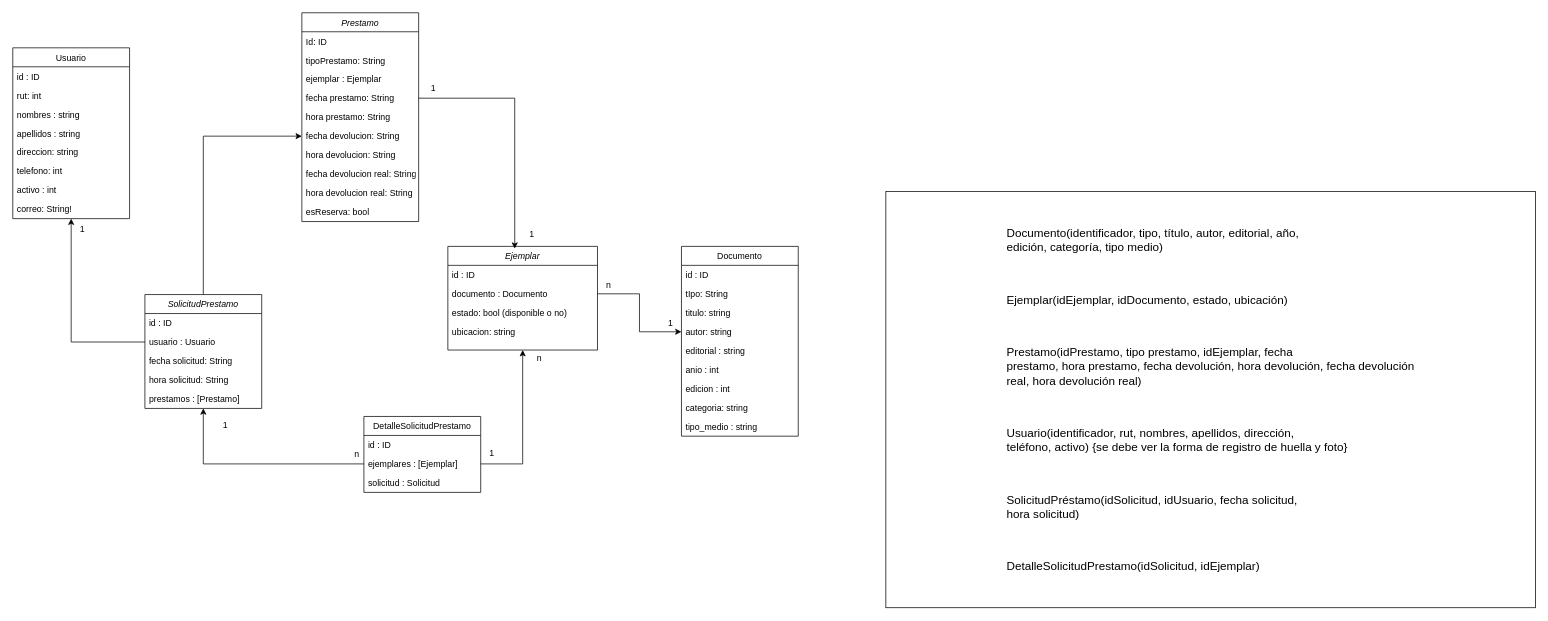
Mewsho/Muni-Book keeps this draw.io diagram as Datos/Untitled Diagram.drawio. Above is the earlier version. Source tidied: cells renumbered, new cells numbered last; positions are measured from the earlier drawing's top-left corner, leaving out a move shared by most shapes. Both pictures are drawn from the tidied source at 73%, with x=0, y=0 at pixel (12, 12).
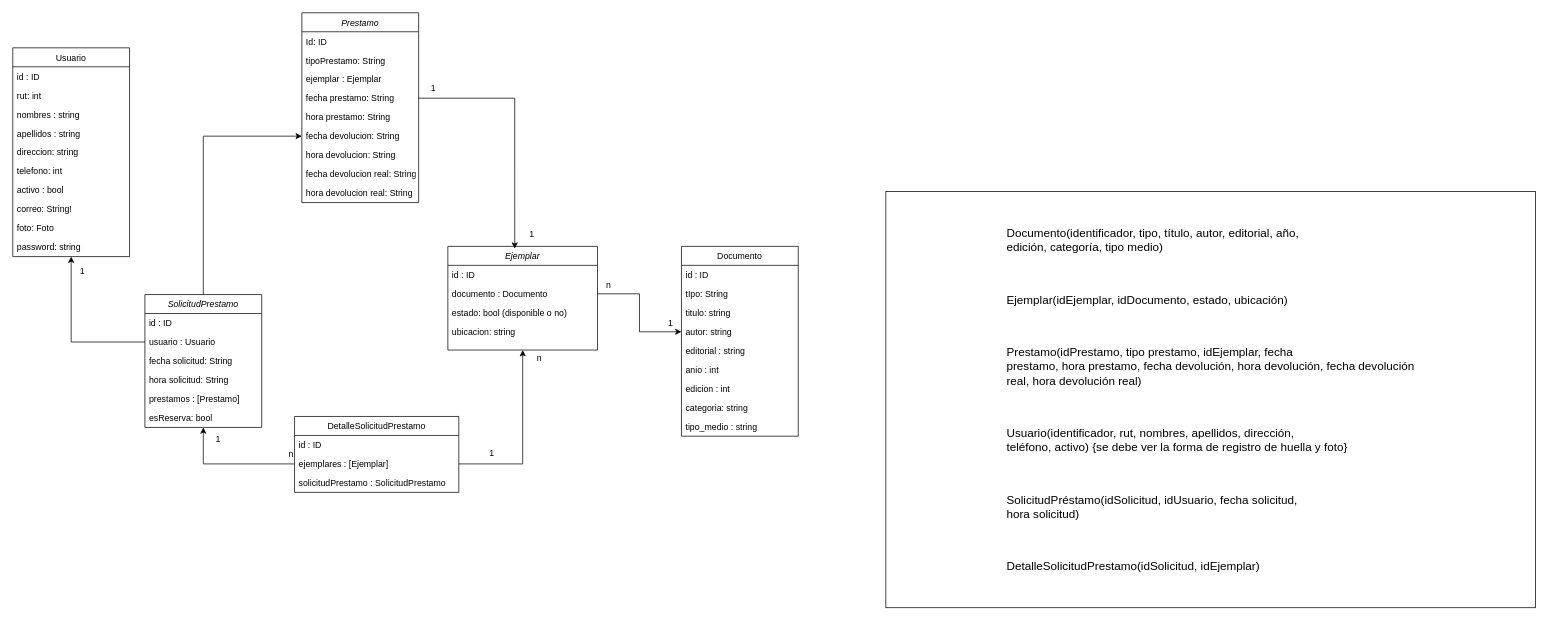
The same page after the edit.

The edit, as a diff of the source:
```diff
@@
     <mxCell id="18" value="Prestamo" style="swimlane;fontStyle=2;align=center;verticalAlign=top;horizontal=1;startSize=26;rounded=0;shadow=0;strokeWidth=1;" parent="1" vertex="1">
-      <mxGeometry x="396" width="160" height="286" as="geometry" />
+      <mxGeometry x="396" width="160" height="260" as="geometry" />
     </mxCell>
@@
-    <mxCell id="28" value="esReserva: bool" style="text;align=left;verticalAlign=top;spacingLeft=4;spacingRight=4;overflow=hidden;rounded=0;shadow=0;html=0;" parent="18" vertex="1">
-      <mxGeometry y="260" width="160" height="26" as="geometry" />
-    </mxCell>
     <mxCell id="29" value="Usuario" style="swimlane;fontStyle=0;align=center;verticalAlign=top;horizontal=1;startSize=26;rounded=0;shadow=0;strokeWidth=1;" parent="1" vertex="1">
-      <mxGeometry y="48" width="160" height="234" as="geometry" />
+      <mxGeometry y="48" width="160" height="286" as="geometry" />
     </mxCell>
@@
-    <mxCell id="36" value="activo : int" style="text;align=left;verticalAlign=top;spacingLeft=4;spacingRight=4;overflow=hidden;" parent="29" vertex="1">
+    <mxCell id="36" value="activo : bool" style="text;align=left;verticalAlign=top;spacingLeft=4;spacingRight=4;overflow=hidden;" parent="29" vertex="1">
       <mxGeometry y="182" width="160" height="26" as="geometry" />
     </mxCell>
@@
+    <mxCell id="63" value="foto: Foto" style="text;align=left;verticalAlign=top;spacingLeft=4;spacingRight=4;overflow=hidden;" parent="29" vertex="1">
+      <mxGeometry y="234" width="160" height="26" as="geometry" />
+    </mxCell>
+    <mxCell id="64" value="password: string" style="text;align=left;verticalAlign=top;spacingLeft=4;spacingRight=4;overflow=hidden;" parent="29" vertex="1">
+      <mxGeometry y="260" width="160" height="26" as="geometry" />
+    </mxCell>
@@
     <mxCell id="39" value="SolicitudPrestamo" style="swimlane;fontStyle=2;align=center;verticalAlign=top;horizontal=1;startSize=26;rounded=0;shadow=0;strokeWidth=1;" parent="1" vertex="1">
-      <mxGeometry x="181" y="386" width="160" height="156" as="geometry" />
+      <mxGeometry x="181" y="386" width="160" height="182" as="geometry" />
     </mxCell>
@@
+    <mxCell id="28" value="esReserva: bool" style="text;align=left;verticalAlign=top;spacingLeft=4;spacingRight=4;overflow=hidden;rounded=0;shadow=0;html=0;" parent="39" vertex="1">
+      <mxGeometry y="156" width="160" height="26" as="geometry" />
+    </mxCell>
     <mxCell id="45" value="DetalleSolicitudPrestamo" style="swimlane;fontStyle=0;align=center;verticalAlign=top;horizontal=1;startSize=26;rounded=0;shadow=0;strokeWidth=1;" parent="1" vertex="1">
-      <mxGeometry x="481" y="553" width="160" height="104" as="geometry" />
+      <mxGeometry x="386" y="553" width="225" height="104" as="geometry" />
     </mxCell>
     <mxCell id="46" value="id : ID" style="text;align=left;verticalAlign=top;spacingLeft=4;spacingRight=4;overflow=hidden;" parent="45" vertex="1">
-      <mxGeometry y="26" width="160" height="26" as="geometry" />
+      <mxGeometry y="26" width="225" height="26" as="geometry" />
     </mxCell>
     <mxCell id="47" value="ejemplares : [Ejemplar]" style="text;align=left;verticalAlign=top;spacingLeft=4;spacingRight=4;overflow=hidden;points=[[0,0.5],[1,0.5]];portConstraint=eastwest;rounded=0;shadow=0;html=0;" parent="45" vertex="1">
-      <mxGeometry y="52" width="160" height="26" as="geometry" />
+      <mxGeometry y="52" width="225" height="26" as="geometry" />
     </mxCell>
-    <mxCell id="48" value="solicitud : Solicitud" style="text;align=left;verticalAlign=top;spacingLeft=4;spacingRight=4;overflow=hidden;rounded=0;shadow=0;html=0;" parent="45" vertex="1">
-      <mxGeometry y="78" width="160" height="26" as="geometry" />
+    <mxCell id="48" value="solicitudPrestamo : SolicitudPrestamo" style="text;align=left;verticalAlign=top;spacingLeft=4;spacingRight=4;overflow=hidden;rounded=0;shadow=0;html=0;" parent="45" vertex="1">
+      <mxGeometry y="78" width="225" height="26" as="geometry" />
     </mxCell>
@@
     <mxCell id="50" value="1" style="text;html=1;align=center;verticalAlign=middle;strokeColor=none;fillColor=none;" parent="1" vertex="1">
-      <mxGeometry x="276" y="550" width="30" height="30" as="geometry" />
+      <mxGeometry x="266" y="570" width="30" height="30" as="geometry" />
     </mxCell>
     <mxCell id="51" value="n" style="text;html=1;align=center;verticalAlign=middle;strokeColor=none;fillColor=none;" parent="1" vertex="1">
-      <mxGeometry x="456" y="590" width="30" height="30" as="geometry" />
+      <mxGeometry x="366" y="590" width="30" height="30" as="geometry" />
     </mxCell>
@@
     <mxCell id="62" value="1" style="text;html=1;align=center;verticalAlign=middle;strokeColor=none;fillColor=none;" parent="1" vertex="1">
-      <mxGeometry x="80" y="282" width="30" height="30" as="geometry" />
+      <mxGeometry x="80" y="340" width="30" height="30" as="geometry" />
     </mxCell>
```
